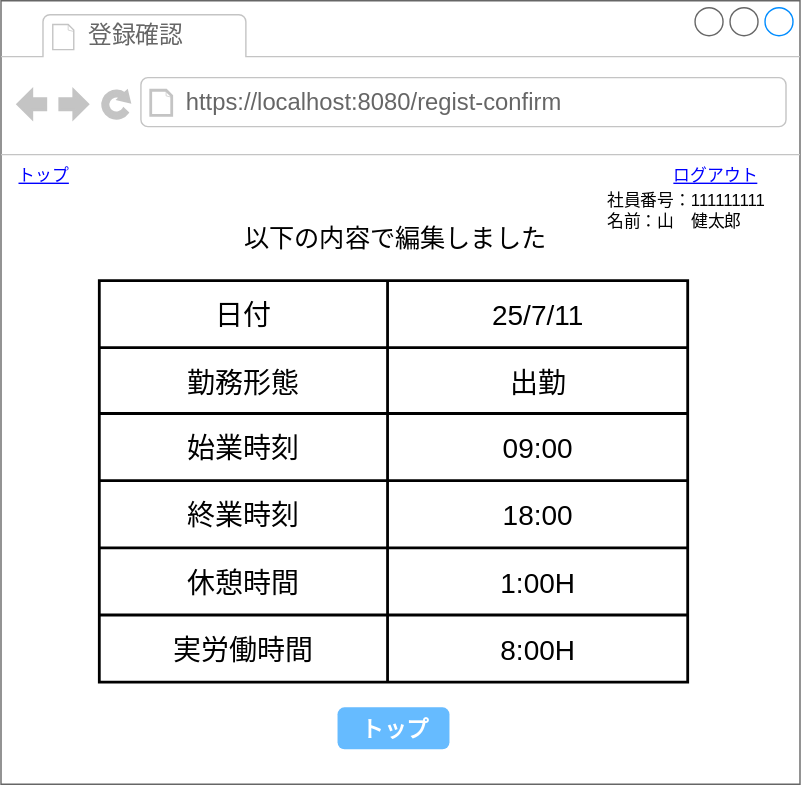
Earlier version of the draw.io export 02_基本設計/画面設計図/23_registconfirm.drawio.svg (ICT-Training-2026/team-project-15). Source tidied: cells renumbered, new cells last; positions are measured from the earlier drawing's top-left corner, leaving out a move shared by most shapes.
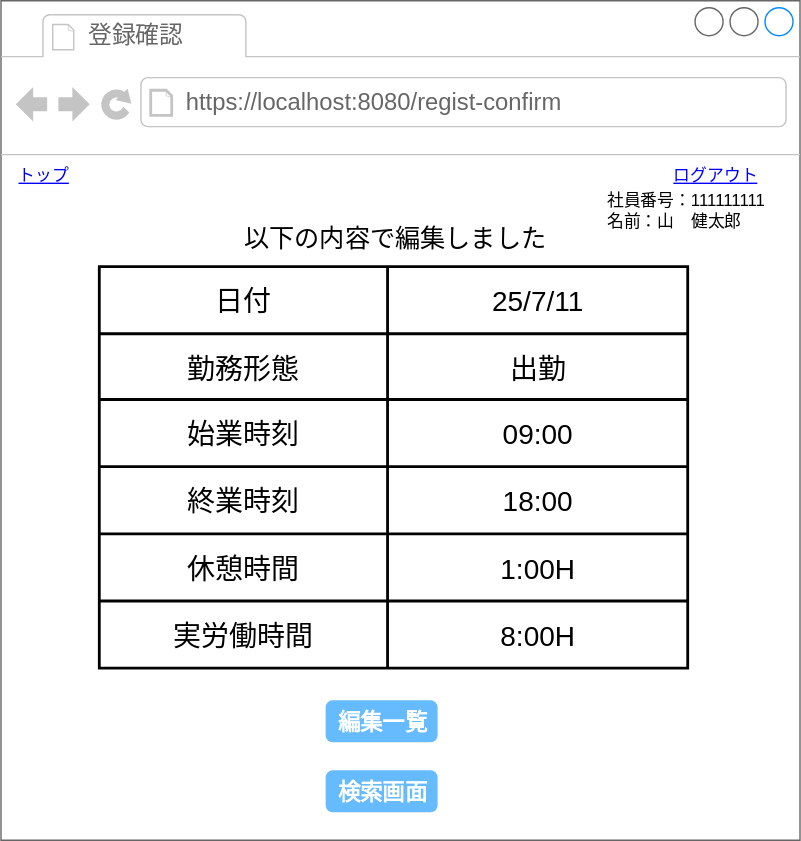
After the change.

What changed in the source:
```diff
@@ -3,7 +3,7 @@
     <mxCell id="0" />
     <mxCell id="1" parent="0" />
     <mxCell id="2" style="strokeWidth=1;shadow=0;dashed=0;align=center;html=1;shape=mxgraph.mockup.containers.browserWindow;rSize=0;strokeColor=#666666;strokeColor2=#008cff;strokeColor3=#c4c4c4;mainText=,;" parent="1" vertex="1">
-      <mxGeometry width="571" height="560" as="geometry" />
+      <mxGeometry width="571" height="600" as="geometry" />
     </mxCell>
     <mxCell id="3" value="登録確認" style="strokeWidth=1;shadow=0;dashed=0;align=center;html=1;shape=mxgraph.mockup.containers.anchor;fontSize=17;fontColor=#666666;align=left;whiteSpace=wrap;" parent="2" vertex="1">
       <mxGeometry x="60" y="12" width="110" height="26" as="geometry" />
@@ -24,7 +24,7 @@
       <mxGeometry x="431" y="130" width="140" height="40" as="geometry" />
     </mxCell>
     <mxCell id="9" style="shape=table;html=1;whiteSpace=wrap;startSize=0;strokeWidth=2;" parent="2" vertex="1">
-      <mxGeometry x="70.2" y="200" width="420.5" height="287" as="geometry" />
+      <mxGeometry x="70.2" y="190" width="420.5" height="287" as="geometry" />
     </mxCell>
     <mxCell id="10" style="shape=tableRow;horizontal=0;startSize=0;swimlaneHead=0;swimlaneBody=0;top=0;left=0;bottom=0;right=0;fillColor=none;" parent="9" vertex="1">
       <mxGeometry width="420.5" height="48" as="geometry" />
@@ -80,8 +80,11 @@
     <mxCell id="27" value="&lt;font style=&quot;font-size: 20px;&quot;&gt;8:00H&lt;/font&gt;" style="shape=partialRectangle;html=1;whiteSpace=wrap;fillColor=none;top=0;left=0;bottom=0;right=0;overflow=hidden;" parent="25" vertex="1">
       <mxGeometry x="206" width="215" height="48" as="geometry" />
     </mxCell>
-    <mxCell id="28" value="トップ" style="strokeWidth=1;shadow=0;dashed=0;align=center;html=1;shape=mxgraph.mockup.forms.rrect;rSize=5;strokeColor=none;fontColor=#ffffff;fillColor=#66bbff;fontSize=16;fontStyle=1;" parent="2" vertex="1">
-      <mxGeometry x="240.5" y="505" width="80" height="30" as="geometry" />
-    </mxCell>
+    <mxCell id="29" value="編集一覧" style="strokeWidth=1;shadow=0;dashed=0;align=center;html=1;shape=mxgraph.mockup.forms.rrect;rSize=5;strokeColor=none;fontColor=#ffffff;fillColor=#66bbff;fontSize=16;fontStyle=1;" parent="2" vertex="1">
+      <mxGeometry x="232" y="500" width="80" height="30" as="geometry" />
+    </mxCell>
+    <mxCell id="30" value="検索画面" style="strokeWidth=1;shadow=0;dashed=0;align=center;html=1;shape=mxgraph.mockup.forms.rrect;rSize=5;strokeColor=none;fontColor=#ffffff;fillColor=#66bbff;fontSize=16;fontStyle=1;" parent="2" vertex="1">
+      <mxGeometry x="232" y="550" width="80" height="30" as="geometry" />
+    </mxCell>
   </root>
 </mxGraphModel>
```
